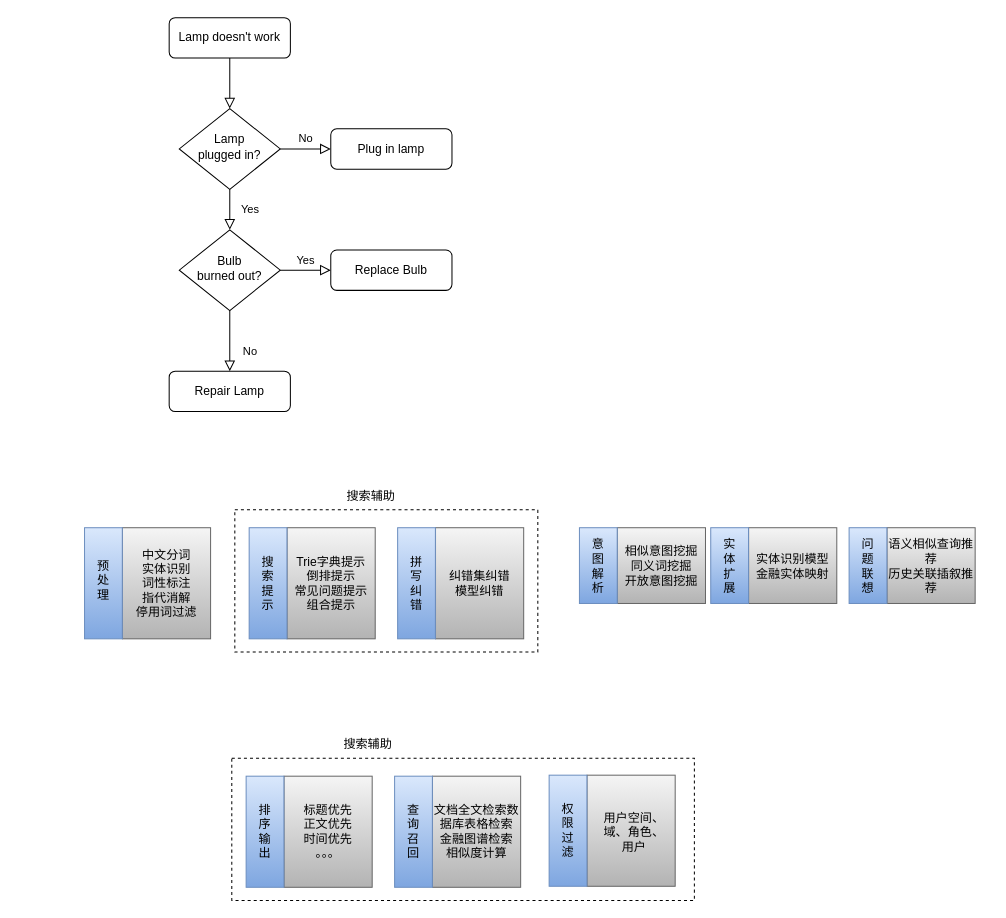
Earlier version of the draw.io diagram nlp/QA.drawio (MMMLMF/notes). Source tidied: cells renumbered, new cells numbered last; positions are measured from the earlier drawing's top-left corner, leaving out a move shared by most shapes. Both pictures are drawn from the tidied source at 101%, with x=0, y=0 at pixel (78, 17).
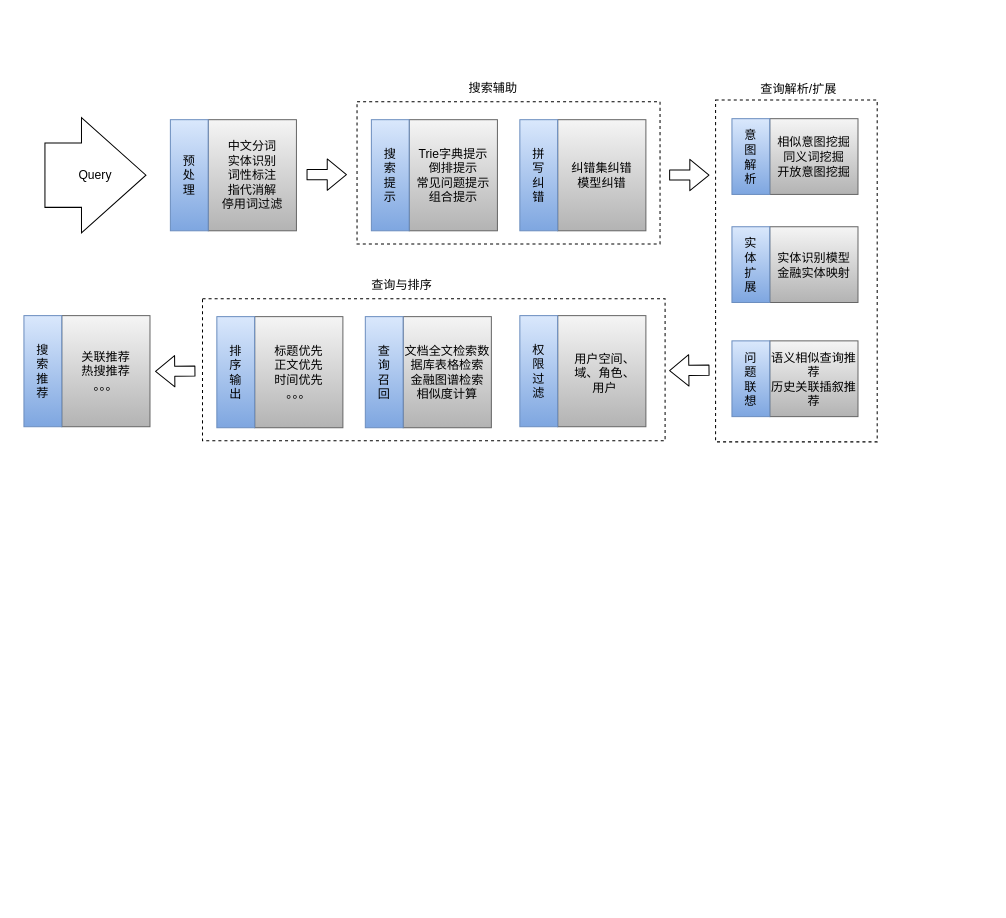
The same diagram, later.

Change to the diagram source:
```diff
@@
-    <mxCell id="2" style="rounded=0;html=1;jettySize=auto;fontSize=11;endArrow=block;endFill=0;endSize=8;strokeWidth=1;shadow=0;labelBackgroundColor=none;edgeStyle=orthogonalEdgeStyle;" parent="1" edge="1" source="3" target="6">
-      <mxGeometry relative="1" as="geometry" />
-    </mxCell>
-    <mxCell id="3" value="Lamp doesn't work" style="rounded=1;whiteSpace=wrap;html=1;fontSize=12;glass=0;strokeWidth=1;shadow=0;" parent="1" vertex="1">
-      <mxGeometry x="90" width="120" height="40" as="geometry" />
-    </mxCell>
-    <mxCell id="4" value="Yes" style="rounded=0;html=1;jettySize=auto;fontSize=11;endArrow=block;endFill=0;endSize=8;strokeWidth=1;shadow=0;labelBackgroundColor=none;edgeStyle=orthogonalEdgeStyle;" parent="1" edge="1" source="6" target="10">
-      <mxGeometry y="20" relative="1" as="geometry" />
-    </mxCell>
-    <mxCell id="5" value="No" style="edgeStyle=orthogonalEdgeStyle;rounded=0;html=1;jettySize=auto;fontSize=11;endArrow=block;endFill=0;endSize=8;strokeWidth=1;shadow=0;labelBackgroundColor=none;" parent="1" edge="1" source="6" target="7">
-      <mxGeometry y="10" relative="1" as="geometry" />
-    </mxCell>
-    <mxCell id="6" value="Lamp&lt;br&gt;plugged in?" style="rhombus;whiteSpace=wrap;html=1;shadow=0;fontFamily=Helvetica;fontSize=12;align=center;strokeWidth=1;spacing=6;spacingTop=-4;" parent="1" vertex="1">
-      <mxGeometry x="100" y="90" width="100" height="80" as="geometry" />
-    </mxCell>
-    <mxCell id="7" value="Plug in lamp" style="rounded=1;whiteSpace=wrap;html=1;fontSize=12;glass=0;strokeWidth=1;shadow=0;" parent="1" vertex="1">
-      <mxGeometry x="250" y="110" width="120" height="40" as="geometry" />
-    </mxCell>
-    <mxCell id="8" value="No" style="rounded=0;html=1;jettySize=auto;fontSize=11;endArrow=block;endFill=0;endSize=8;strokeWidth=1;shadow=0;labelBackgroundColor=none;edgeStyle=orthogonalEdgeStyle;" parent="1" edge="1" source="10" target="11">
-      <mxGeometry x="0.33" y="20" relative="1" as="geometry" />
-    </mxCell>
-    <mxCell id="9" value="Yes" style="edgeStyle=orthogonalEdgeStyle;rounded=0;html=1;jettySize=auto;fontSize=11;endArrow=block;endFill=0;endSize=8;strokeWidth=1;shadow=0;labelBackgroundColor=none;" parent="1" edge="1" source="10" target="12">
-      <mxGeometry y="10" relative="1" as="geometry" />
-    </mxCell>
-    <mxCell id="10" value="Bulb&lt;br&gt;burned out?" style="rhombus;whiteSpace=wrap;html=1;shadow=0;fontFamily=Helvetica;fontSize=12;align=center;strokeWidth=1;spacing=6;spacingTop=-4;" parent="1" vertex="1">
-      <mxGeometry x="100" y="210" width="100" height="80" as="geometry" />
-    </mxCell>
-    <mxCell id="11" value="Repair Lamp" style="rounded=1;whiteSpace=wrap;html=1;fontSize=12;glass=0;strokeWidth=1;shadow=0;" parent="1" vertex="1">
-      <mxGeometry x="90" y="350" width="120" height="40" as="geometry" />
-    </mxCell>
-    <mxCell id="12" value="Replace Bulb" style="rounded=1;whiteSpace=wrap;html=1;fontSize=12;glass=0;strokeWidth=1;shadow=0;" parent="1" vertex="1">
-      <mxGeometry x="250" y="230" width="120" height="40" as="geometry" />
-    </mxCell>
     <mxCell id="13" style="group;" parent="1" vertex="1">
-      <mxGeometry y="505" width="145" height="110" as="geometry" />
+      <mxGeometry x="85" y="101" width="145" height="110" as="geometry" />
     </mxCell>
@@
-    <mxCell id="16" value="预&lt;br&gt;处&lt;br&gt;理" style="text;html=1;strokeColor=none;fillColor=none;align=center;verticalAlign=middle;whiteSpace=wrap;rounded=0;shadow=0;" parent="13" vertex="1">
-      <mxGeometry y="36.1" width="49.9" height="31.4" as="geometry" />
+    <mxCell id="16" value="预处理" style="text;html=1;strokeColor=none;fillColor=none;align=center;verticalAlign=middle;whiteSpace=wrap;rounded=0;shadow=0;" parent="13" vertex="1">
+      <mxGeometry x="19.9" y="39.3" width="10.1" height="31.4" as="geometry" />
     </mxCell>
@@
     <mxCell id="18" style="group;" parent="1" vertex="1">
-      <mxGeometry x="163" y="505" width="290" height="120" as="geometry" />
+      <mxGeometry x="284" y="101" width="290" height="120" as="geometry" />
     </mxCell>
+    <mxCell id="23" style="rounded=0;whiteSpace=wrap;html=1;shadow=0;fillColor=none;dashed=1;" parent="18" vertex="1">
+      <mxGeometry x="-8" y="-17.7" width="300" height="140.7" as="geometry" />
+    </mxCell>
@@
-    <mxCell id="23" style="rounded=0;whiteSpace=wrap;html=1;shadow=0;fillColor=none;dashed=1;" parent="18" vertex="1">
-      <mxGeometry x="-8" y="-17.7" width="300" height="140.7" as="geometry" />
-    </mxCell>
     <mxCell id="24" style="group;" parent="1" vertex="1">
-      <mxGeometry x="310" y="505" width="145" height="110" as="geometry" />
+      <mxGeometry x="431" y="101" width="145" height="110" as="geometry" />
     </mxCell>
@@
     <mxCell id="29" value="搜索辅助" style="text;html=1;strokeColor=none;fillColor=none;align=center;verticalAlign=middle;whiteSpace=wrap;rounded=0;shadow=0;dashed=1;" parent="1" vertex="1">
-      <mxGeometry x="260" y="464" width="60" height="20" as="geometry" />
+      <mxGeometry x="381" y="60" width="60" height="20" as="geometry" />
     </mxCell>
     <mxCell id="30" style="group;" parent="1" vertex="1">
-      <mxGeometry x="490" y="505" width="145" height="75" as="geometry" />
+      <mxGeometry x="641" y="100" width="145" height="75" as="geometry" />
     </mxCell>
@@
     <mxCell id="35" style="group;" parent="1" vertex="1">
-      <mxGeometry x="620" y="505" width="145" height="75" as="geometry" />
+      <mxGeometry x="641" y="207" width="145" height="75" as="geometry" />
     </mxCell>
@@
     <mxCell id="40" style="group;" parent="1" vertex="1">
-      <mxGeometry x="757" y="505" width="145" height="75" as="geometry" />
+      <mxGeometry x="641" y="320" width="145" height="75" as="geometry" />
     </mxCell>
@@
     <mxCell id="45" style="group;" parent="1" vertex="1">
-      <mxGeometry x="160" y="751" width="450" height="123" as="geometry" />
+      <mxGeometry x="131" y="296" width="450" height="123" as="geometry" />
     </mxCell>
@@
     <mxCell id="51" style="group;" parent="1" vertex="1">
-      <mxGeometry x="307" y="751" width="145" height="110" as="geometry" />
+      <mxGeometry x="278" y="296" width="145" height="110" as="geometry" />
     </mxCell>
@@
-    <mxCell id="56" value="搜索辅助" style="text;html=1;strokeColor=none;fillColor=none;align=center;verticalAlign=middle;whiteSpace=wrap;rounded=0;shadow=0;dashed=1;" parent="1" vertex="1">
-      <mxGeometry x="257" y="710" width="60" height="20" as="geometry" />
+    <mxCell id="56" value="查询与排序" style="text;html=1;strokeColor=none;fillColor=none;align=center;verticalAlign=middle;whiteSpace=wrap;rounded=0;shadow=0;dashed=1;" parent="1" vertex="1">
+      <mxGeometry x="284" y="255" width="73" height="20" as="geometry" />
     </mxCell>
     <mxCell id="57" style="group;" parent="1" vertex="1">
-      <mxGeometry x="460" y="750" width="145" height="110" as="geometry" />
+      <mxGeometry x="431" y="295" width="145" height="110" as="geometry" />
     </mxCell>
@@
+    <mxCell id="62" style="group;" parent="1" vertex="1">
+      <mxGeometry x="-60" y="295" width="145" height="110" as="geometry" />
+    </mxCell>
+    <mxCell id="63" style="rounded=0;whiteSpace=wrap;html=1;shadow=0;gradientColor=#b3b3b3;fillColor=#f5f5f5;strokeColor=#666666;" parent="62" vertex="1">
+      <mxGeometry x="43.7" width="87.3" height="110" as="geometry" />
+    </mxCell>
+    <mxCell id="64" style="rounded=0;whiteSpace=wrap;html=1;shadow=0;fillColor=#dae8fc;strokeColor=#6c8ebf;gradientColor=#7ea6e0;" parent="62" vertex="1">
+      <mxGeometry x="6.2" width="37.4" height="110" as="geometry" />
+    </mxCell>
+    <mxCell id="65" value="搜索推荐" style="text;html=1;strokeColor=none;fillColor=none;align=center;verticalAlign=middle;whiteSpace=wrap;rounded=0;shadow=0;" parent="62" vertex="1">
+      <mxGeometry x="14.9" y="39.3" width="20" height="31.4" as="geometry" />
+    </mxCell>
+    <mxCell id="66" value="关联推荐&lt;br&gt;热搜推荐&lt;br&gt;。。。" style="text;html=1;strokeColor=none;fillColor=none;align=center;verticalAlign=middle;whiteSpace=wrap;rounded=0;shadow=0;" parent="62" vertex="1">
+      <mxGeometry x="41.1" y="45" width="92.5" height="20" as="geometry" />
+    </mxCell>
+    <mxCell id="67" style="rounded=0;whiteSpace=wrap;html=1;shadow=0;fillColor=none;dashed=1;" parent="1" vertex="1">
+      <mxGeometry x="631" y="81.6" width="160" height="338.4" as="geometry" />
+    </mxCell>
+    <mxCell id="68" style="shape=flexArrow;endArrow=classic;html=1;" parent="1" edge="1">
+      <mxGeometry relative="1" as="geometry">
+        <mxPoint x="226" y="155.4" as="sourcePoint" />
+        <mxPoint x="266" y="155.4" as="targetPoint" />
+      </mxGeometry>
+    </mxCell>
+    <mxCell id="69" style="shape=flexArrow;endArrow=classic;html=1;" parent="1" edge="1">
+      <mxGeometry relative="1" as="geometry">
+        <mxPoint x="585" y="155.8" as="sourcePoint" />
+        <mxPoint x="625" y="155.8" as="targetPoint" />
+      </mxGeometry>
+    </mxCell>
+    <mxCell id="70" style="shape=flexArrow;endArrow=classic;html=1;" parent="1" edge="1">
+      <mxGeometry relative="1" as="geometry">
+        <mxPoint x="625" y="349" as="sourcePoint" />
+        <mxPoint x="585" y="349.4" as="targetPoint" />
+      </mxGeometry>
+    </mxCell>
+    <mxCell id="71" value="查询解析/扩展" style="text;html=1;strokeColor=none;fillColor=none;align=center;verticalAlign=middle;whiteSpace=wrap;rounded=0;shadow=0;dashed=1;" parent="1" vertex="1">
+      <mxGeometry x="672" y="61" width="83" height="20" as="geometry" />
+    </mxCell>
+    <mxCell id="72" value="Query" style="shape=singleArrow;whiteSpace=wrap;html=1;rounded=0;shadow=0;fillColor=none;arrowWidth=0.5583075335397305;arrowSize=0.638235294117646;" parent="1" vertex="1">
+      <mxGeometry x="-33" y="99" width="100" height="114" as="geometry" />
+    </mxCell>
+    <mxCell id="73" style="shape=flexArrow;endArrow=classic;html=1;" parent="1" edge="1">
+      <mxGeometry relative="1" as="geometry">
+        <mxPoint x="116" y="349.8" as="sourcePoint" />
+        <mxPoint x="76" y="350.2" as="targetPoint" />
+      </mxGeometry>
+    </mxCell>
```
